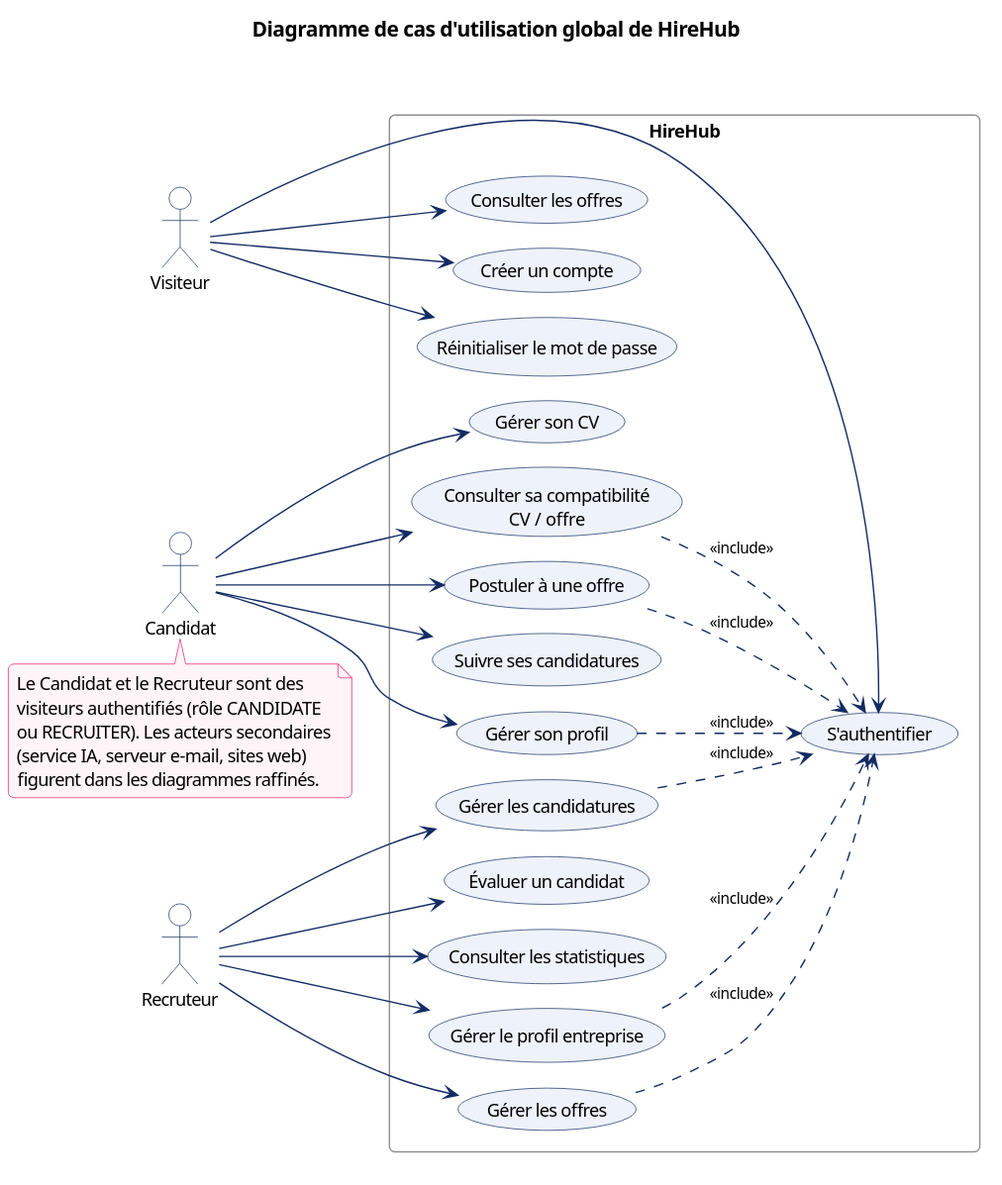
The PlantUML diagram docs/diagrams/out/cas-utilisation-global.svg in medguirat/HireHub, before a commit. Its diagram source:
```plantuml
@startuml
!pragma layout smetana
!include _style.puml
left to right direction
title Diagramme de cas d'utilisation global de HireHub

actor "Visiteur" as V
actor "Candidat" as C
actor "Recruteur" as R

rectangle "HireHub" {
  usecase "Créer un compte" as UC_signup
  usecase "S'authentifier" as UC_login
  usecase "Réinitialiser le mot de passe" as UC_reset
  usecase "Consulter les offres" as UC_browse

  usecase "Gérer son profil" as UC_cprofile
  usecase "Gérer son CV" as UC_cv
  usecase "Consulter sa compatibilité\nCV / offre" as UC_match
  usecase "Postuler à une offre" as UC_apply
  usecase "Suivre ses candidatures" as UC_track

  usecase "Gérer les offres" as UC_offers
  usecase "Gérer les candidatures" as UC_apps
  usecase "Évaluer un candidat" as UC_eval
  usecase "Consulter les statistiques" as UC_stats
  usecase "Gérer le profil entreprise" as UC_rprofile
}

V --> UC_signup
V --> UC_login
V --> UC_reset
V --> UC_browse

C --> UC_cprofile
C --> UC_cv
C --> UC_match
C --> UC_apply
C --> UC_track

R --> UC_offers
R --> UC_apps
R --> UC_eval
R --> UC_stats
R --> UC_rprofile

UC_cprofile ..> UC_login : <<include>>
UC_match ..> UC_login : <<include>>
UC_apply ..> UC_login : <<include>>
UC_offers ..> UC_login : <<include>>
UC_apps ..> UC_login : <<include>>
UC_rprofile ..> UC_login : <<include>>


note bottom of C
  Le Candidat et le Recruteur sont des
  visiteurs authentifiés (rôle CANDIDATE
  ou RECRUITER). Les acteurs secondaires
  (service IA, serveur e-mail, sites web)
  figurent dans les diagrammes raffinés.
end note
@enduml
```
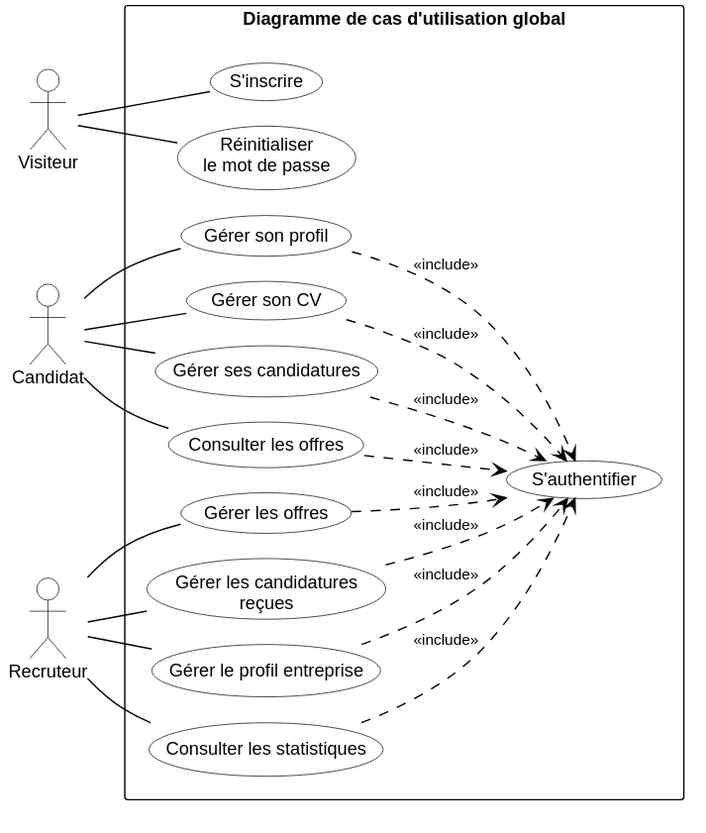
The same file after the commit.

Change to the diagram source:
```diff
@@ -2,61 +2,46 @@
 !pragma layout smetana
 !include _style.puml
 left to right direction
-title Diagramme de cas d'utilisation global de HireHub
 
 actor "Visiteur" as V
 actor "Candidat" as C
 actor "Recruteur" as R
 
-rectangle "HireHub" {
-  usecase "Créer un compte" as UC_signup
+rectangle "Diagramme de cas d'utilisation global" {
+  usecase "S'inscrire" as UC_signup
+  usecase "Réinitialiser\nle mot de passe" as UC_reset
   usecase "S'authentifier" as UC_login
-  usecase "Réinitialiser le mot de passe" as UC_reset
-  usecase "Consulter les offres" as UC_browse
 
   usecase "Gérer son profil" as UC_cprofile
   usecase "Gérer son CV" as UC_cv
-  usecase "Consulter sa compatibilité\nCV / offre" as UC_match
-  usecase "Postuler à une offre" as UC_apply
-  usecase "Suivre ses candidatures" as UC_track
+  usecase "Gérer ses candidatures" as UC_capps
+  usecase "Consulter les offres" as UC_browse
 
   usecase "Gérer les offres" as UC_offers
-  usecase "Gérer les candidatures" as UC_apps
-  usecase "Évaluer un candidat" as UC_eval
+  usecase "Gérer les candidatures\nreçues" as UC_rapps
+  usecase "Gérer le profil entreprise" as UC_rprofile
   usecase "Consulter les statistiques" as UC_stats
-  usecase "Gérer le profil entreprise" as UC_rprofile
 }
 
-V --> UC_signup
-V --> UC_login
-V --> UC_reset
-V --> UC_browse
+V -- UC_signup
+V -- UC_reset
 
-C --> UC_cprofile
-C --> UC_cv
-C --> UC_match
-C --> UC_apply
-C --> UC_track
+C -- UC_cprofile
+C -- UC_cv
+C -- UC_capps
+C -- UC_browse
 
-R --> UC_offers
-R --> UC_apps
-R --> UC_eval
-R --> UC_stats
-R --> UC_rprofile
+R -- UC_offers
+R -- UC_rapps
+R -- UC_rprofile
+R -- UC_stats
 
 UC_cprofile ..> UC_login : <<include>>
-UC_match ..> UC_login : <<include>>
-UC_apply ..> UC_login : <<include>>
+UC_cv ..> UC_login : <<include>>
+UC_capps ..> UC_login : <<include>>
+UC_browse ..> UC_login : <<include>>
 UC_offers ..> UC_login : <<include>>
-UC_apps ..> UC_login : <<include>>
+UC_rapps ..> UC_login : <<include>>
 UC_rprofile ..> UC_login : <<include>>
-
-
-note bottom of C
-  Le Candidat et le Recruteur sont des
-  visiteurs authentifiés (rôle CANDIDATE
-  ou RECRUITER). Les acteurs secondaires
-  (service IA, serveur e-mail, sites web)
-  figurent dans les diagrammes raffinés.
-end note
+UC_stats ..> UC_login : <<include>>
 @enduml
```
